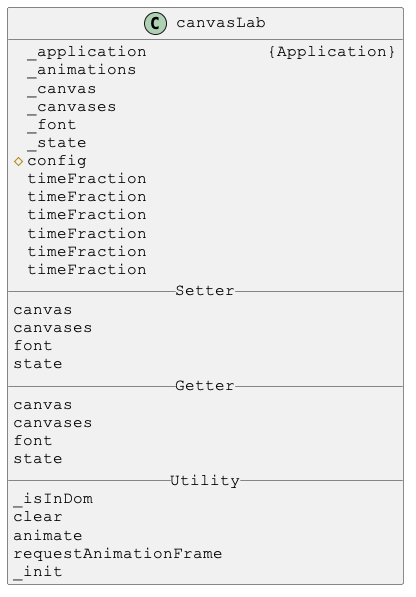
The PlantUML diagram docs/PlantUml/images/canvasLab.png in Justin-Byrne/canvasLab, before a commit.
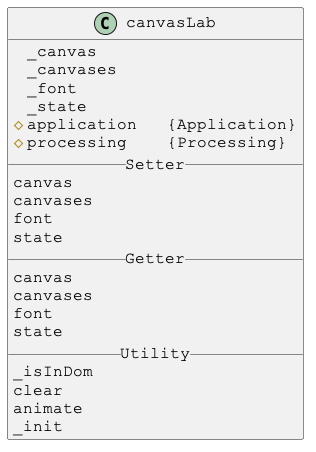
Later version of the same file.

Diff of the diagram source:
```diff
@@ -4,19 +4,12 @@
 skinparam DefaultFontName Courier New
 
 class canvasLab {
-_application            {Application}
-_animations
 _canvas
 _canvases
 _font
 _state
-#config
-timeFraction
-timeFraction
-timeFraction
-timeFraction
-timeFraction
-timeFraction
+#application   {Application}
+#processing    {Processing}
 __ Setter __
 canvas
 canvases
@@ -31,7 +24,6 @@
 _isInDom
 clear
 animate
-requestAnimationFrame
 _init
 }
 
```
